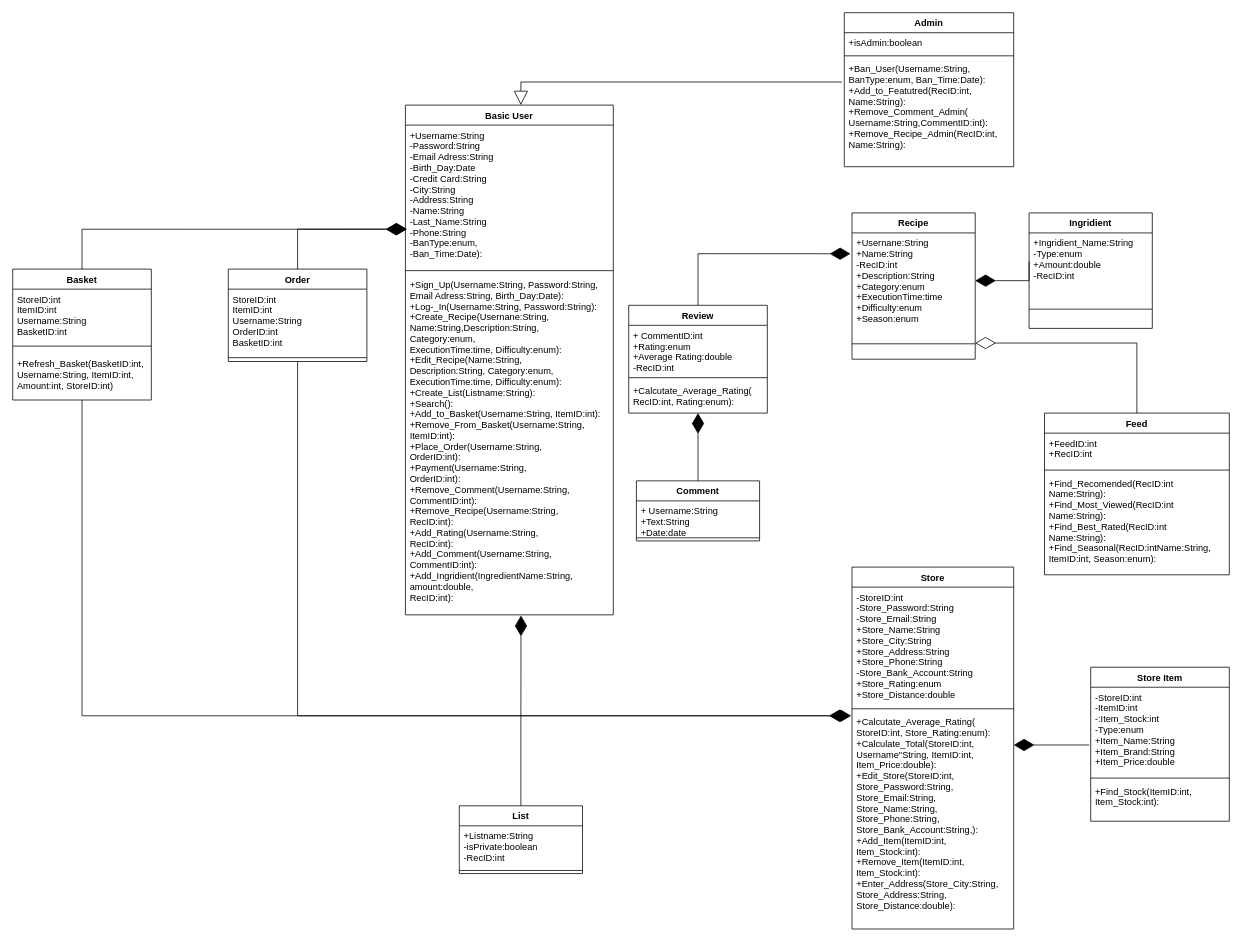
NKapetanidis/TexnologiaLogismikou keeps this draw.io diagram as Αναφορές/4o Παραδοτέο TΛ/Domain-model-v0.3.drawio. Above is the earlier version. Source tidied: cells renumbered, new cells numbered last; positions are measured from the earlier drawing's top-left corner, leaving out a move shared by most shapes. Both pictures are drawn from the tidied source at 77%, with x=0, y=0 at pixel (12, 12).
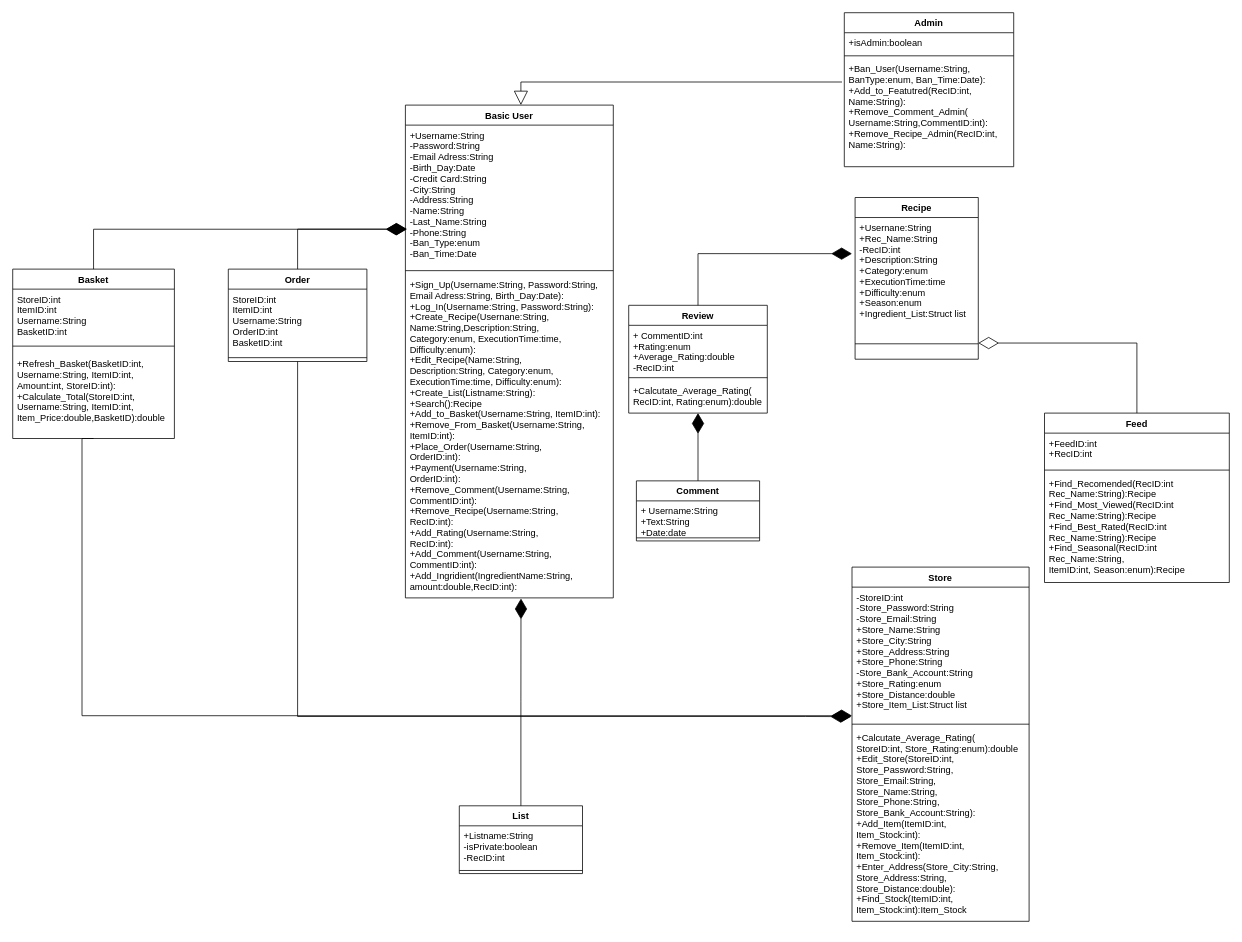
The same page after the edit.

Commit message:
finished model

Unchanged cells that the change refers to:
```xml
<mxCell id="22" value="Review" style="swimlane;fontStyle=1;align=center;verticalAlign=top;horizontal=1;startSize=26;" parent="1" vertex="1">
  <mxGeometry x="800" y="380" width="180" height="140" as="geometry" />
</mxCell>
<mxCell id="45" value="Order" style="swimlane;fontStyle=1;align=center;verticalAlign=top;horizontal=1;startSize=26;" parent="1" vertex="1">
  <mxGeometry x="280" y="333" width="180" height="120" as="geometry" />
</mxCell>
```

What changed in the source:
```diff
@@
     <mxCell id="2" value="Basic User" style="swimlane;fontStyle=1;align=center;verticalAlign=top;horizontal=1;startSize=26;" parent="1" vertex="1">
-      <mxGeometry x="510" y="120" width="270" height="662" as="geometry" />
+      <mxGeometry x="510" y="120" width="270" height="640" as="geometry" />
     </mxCell>
-    <mxCell id="3" value="+Username:String &#10;-Password:String&#10;-Email Adress:String&#10;-Birth_Day:Date&#10;-Credit Card:String&#10;-City:String&#10;-Address:String&#10;-Name:String&#10;-Last_Name:String&#10;-Phone:String&#10;-BanType:enum, &#10;-Ban_Time:Date):" style="text;strokeColor=none;fillColor=none;align=left;verticalAlign=top;spacingLeft=4;spacingRight=4;overflow=hidden;points=[[0,0.5],[1,0.5]];portConstraint=eastwest;" parent="2" vertex="1">
+    <mxCell id="3" value="+Username:String &#10;-Password:String&#10;-Email Adress:String&#10;-Birth_Day:Date&#10;-Credit Card:String&#10;-City:String&#10;-Address:String&#10;-Name:String&#10;-Last_Name:String&#10;-Phone:String&#10;-Ban_Type:enum&#10;-Ban_Time:Date" style="text;strokeColor=none;fillColor=none;align=left;verticalAlign=top;spacingLeft=4;spacingRight=4;overflow=hidden;points=[[0,0.5],[1,0.5]];portConstraint=eastwest;" parent="2" vertex="1">
       <mxGeometry y="26" width="270" height="184" as="geometry" />
     </mxCell>
@@
-    <mxCell id="5" value="+Sign_Up(Username:String, Password:String, &#10;Email Adress:String, Birth_Day:Date):&#10;+Log-_In(Username:String, Password:String):&#10;+Create_Recipe(Usernane:String,&#10;Name:String,Description:String,&#10;Category:enum,&#10;ExecutionTime:time, Difficulty:enum): &#10;+Edit_Recipe(Name:String,&#10;Description:String, Category:enum,&#10;ExecutionTime:time, Difficulty:enum):&#10;+Create_List(Listname:String):&#10;+Search():&#10;+Add_to_Basket(Username:String, ItemID:int):&#10;+Remove_From_Basket(Username:String,&#10;ItemID:int):&#10;+Place_Order(Username:String,&#10;OrderID:int):&#10;+Payment(Username:String,&#10;OrderID:int):&#10;+Remove_Comment(Username:String,&#10;CommentID:int):&#10;+Remove_Recipe(Username:String,&#10;RecID:int):&#10;+Add_Rating(Username:String,&#10;RecID:int):&#10;+Add_Comment(Username:String,&#10;CommentID:int):&#10;+Add_Ingridient(IngredientName:String, &#10;amount:double,&#10;RecID:int):" style="text;strokeColor=none;fillColor=none;align=left;verticalAlign=top;spacingLeft=4;spacingRight=4;overflow=hidden;points=[[0,0.5],[1,0.5]];portConstraint=eastwest;" parent="2" vertex="1">
-      <mxGeometry y="220" width="270" height="442" as="geometry" />
+    <mxCell id="5" value="+Sign_Up(Username:String, Password:String, &#10;Email Adress:String, Birth_Day:Date):&#10;+Log_In(Username:String, Password:String):&#10;+Create_Recipe(Usernane:String,&#10;Name:String,Description:String,&#10;Category:enum, ExecutionTime:time,&#10;Difficulty:enum): &#10;+Edit_Recipe(Name:String,&#10;Description:String, Category:enum,&#10;ExecutionTime:time, Difficulty:enum):&#10;+Create_List(Listname:String):&#10;+Search():Recipe&#10;+Add_to_Basket(Username:String, ItemID:int):&#10;+Remove_From_Basket(Username:String,&#10;ItemID:int):&#10;+Place_Order(Username:String,&#10;OrderID:int):&#10;+Payment(Username:String,&#10;OrderID:int):&#10;+Remove_Comment(Username:String,&#10;CommentID:int):&#10;+Remove_Recipe(Username:String,&#10;RecID:int):&#10;+Add_Rating(Username:String,&#10;RecID:int):&#10;+Add_Comment(Username:String,&#10;CommentID:int):&#10;+Add_Ingridient(IngredientName:String, &#10;amount:double,RecID:int):" style="text;strokeColor=none;fillColor=none;align=left;verticalAlign=top;spacingLeft=4;spacingRight=4;overflow=hidden;points=[[0,0.5],[1,0.5]];portConstraint=eastwest;" parent="2" vertex="1">
+      <mxGeometry y="220" width="270" height="420" as="geometry" />
     </mxCell>
@@
     <mxCell id="11" value="Recipe" style="swimlane;fontStyle=1;align=center;verticalAlign=top;horizontal=1;startSize=26;" parent="1" vertex="1">
-      <mxGeometry x="1090" y="260" width="160" height="190" as="geometry" />
+      <mxGeometry x="1094" y="240" width="160" height="210" as="geometry" />
     </mxCell>
-    <mxCell id="12" value="+Usernane:String&#10;+Name:String&#10;-RecID:int&#10;+Description:String&#10;+Category:enum&#10;+ExecutionTime:time&#10;+Difficulty:enum&#10;+Season:enum" style="text;strokeColor=none;fillColor=none;align=left;verticalAlign=top;spacingLeft=4;spacingRight=4;overflow=hidden;points=[[0,0.5],[1,0.5]];portConstraint=eastwest;" parent="11" vertex="1">
-      <mxGeometry y="26" width="160" height="124" as="geometry" />
+    <mxCell id="12" value="+Usernane:String&#10;+Rec_Name:String&#10;-RecID:int&#10;+Description:String&#10;+Category:enum&#10;+ExecutionTime:time&#10;+Difficulty:enum&#10;+Season:enum&#10;+Ingredient_List:Struct list" style="text;strokeColor=none;fillColor=none;align=left;verticalAlign=top;spacingLeft=4;spacingRight=4;overflow=hidden;points=[[0,0.5],[1,0.5]];portConstraint=eastwest;" parent="11" vertex="1">
+      <mxGeometry y="26" width="160" height="144" as="geometry" />
     </mxCell>
     <mxCell id="13" style="line;strokeWidth=1;fillColor=none;align=left;verticalAlign=middle;spacingTop=-1;spacingLeft=3;spacingRight=3;labelPosition=right;points=[];portConstraint=eastwest;" parent="11" vertex="1">
-      <mxGeometry y="150" width="160" height="40" as="geometry" />
+      <mxGeometry y="170" width="160" height="40" as="geometry" />
     </mxCell>
-    <mxCell id="14" value="Ingridient" style="swimlane;fontStyle=1;align=center;verticalAlign=top;horizontal=1;startSize=26;" parent="1" vertex="1">
-      <mxGeometry x="1320" y="260" width="160" height="150" as="geometry" />
-    </mxCell>
-    <mxCell id="15" value="+Ingridient_Name:String&#10;-Type:enum&#10;+Amount:double&#10;-RecID:int&#10;&#10;" style="text;strokeColor=none;fillColor=none;align=left;verticalAlign=top;spacingLeft=4;spacingRight=4;overflow=hidden;points=[[0,0.5],[1,0.5]];portConstraint=eastwest;" parent="14" vertex="1">
-      <mxGeometry y="26" width="160" height="74" as="geometry" />
-    </mxCell>
-    <mxCell id="16" style="line;strokeWidth=1;fillColor=none;align=left;verticalAlign=middle;spacingTop=-1;spacingLeft=3;spacingRight=3;labelPosition=right;" parent="14" vertex="1">
-      <mxGeometry y="100" width="160" height="50" as="geometry" />
-    </mxCell>
-    <mxCell id="17" style="endArrow=diamondThin;endFill=1;endSize=24;html=1;rounded=0;edgeStyle=orthogonalEdgeStyle;exitX=0;exitY=0.5;exitDx=0;exitDy=0;" parent="1" edge="1" source="15" target="12">
-      <mxGeometry relative="1" as="geometry">
-        <Array as="points">
-          <mxPoint x="1320" y="328" />
-          <mxPoint x="1320" y="320" />
-        </Array>
-      </mxGeometry>
-    </mxCell>
@@
-    <mxCell id="23" value="+ CommentID:int&#10;+Rating:enum&#10;+Average Rating:double&#10;-RecID:int" style="text;strokeColor=none;fillColor=none;align=left;verticalAlign=top;spacingLeft=4;spacingRight=4;overflow=hidden;" parent="22" vertex="1">
+    <mxCell id="23" value="+ CommentID:int&#10;+Rating:enum&#10;+Average_Rating:double&#10;-RecID:int" style="text;strokeColor=none;fillColor=none;align=left;verticalAlign=top;spacingLeft=4;spacingRight=4;overflow=hidden;" parent="22" vertex="1">
       <mxGeometry y="26" width="180" height="64" as="geometry" />
     </mxCell>
@@
-    <mxCell id="25" value="+Calcutate_Average_Rating(&#10;RecID:int, Rating:enum):" style="text;strokeColor=none;fillColor=none;align=left;verticalAlign=top;spacingLeft=4;spacingRight=4;overflow=hidden;points=[[0,0.5],[1,0.5]];portConstraint=eastwest;" parent="22" vertex="1">
+    <mxCell id="25" value="+Calcutate_Average_Rating(&#10;RecID:int, Rating:enum):double" style="text;strokeColor=none;fillColor=none;align=left;verticalAlign=top;spacingLeft=4;spacingRight=4;overflow=hidden;points=[[0,0.5],[1,0.5]];portConstraint=eastwest;" parent="22" vertex="1">
       <mxGeometry y="98" width="180" height="42" as="geometry" />
     </mxCell>
@@
-    <mxCell id="30" style="endArrow=diamondThin;endFill=1;endSize=24;html=1;rounded=0;edgeStyle=orthogonalEdgeStyle;entryX=-0.012;entryY=0.218;entryDx=0;entryDy=0;entryPerimeter=0;exitX=0.5;exitY=0;exitDx=0;exitDy=0;" parent="1" edge="1" source="22" target="12">
+    <mxCell id="30" style="endArrow=diamondThin;endFill=1;endSize=24;html=1;rounded=0;edgeStyle=orthogonalEdgeStyle;exitX=0.5;exitY=0;exitDx=0;exitDy=0;entryX=-0.025;entryY=0.326;entryDx=0;entryDy=0;entryPerimeter=0;" parent="1" edge="1" source="22" target="12">
       <mxGeometry relative="1" as="geometry">
         <Array as="points">
           <mxPoint x="890" y="313" />
         </Array>
       </mxGeometry>
     </mxCell>
     <mxCell id="31" value="Feed" style="swimlane;fontStyle=1;align=center;verticalAlign=top;horizontal=1;startSize=26;" parent="1" vertex="1">
-      <mxGeometry x="1340" y="520" width="240" height="210" as="geometry" />
+      <mxGeometry x="1340" y="520" width="240" height="220" as="geometry" />
     </mxCell>
@@
-    <mxCell id="34" value="+Find_Recomended(RecID:int&#10;Name:String):&#10;+Find_Most_Viewed(RecID:int&#10;Name:String):&#10;+Find_Best_Rated(RecID:int&#10;Name:String):&#10;+Find_Seasonal(RecID:intName:String,&#10;ItemID:int, Season:enum):" style="text;strokeColor=none;fillColor=none;align=left;verticalAlign=top;spacingLeft=4;spacingRight=4;overflow=hidden;" parent="31" vertex="1">
-      <mxGeometry y="78" width="240" height="132" as="geometry" />
+    <mxCell id="34" value="+Find_Recomended(RecID:int&#10;Rec_Name:String):Recipe&#10;+Find_Most_Viewed(RecID:int&#10;Rec_Name:String):Recipe&#10;+Find_Best_Rated(RecID:int&#10;Rec_Name:String):Recipe&#10;+Find_Seasonal(RecID:int&#10;Rec_Name:String,&#10;ItemID:int, Season:enum):Recipe" style="text;strokeColor=none;fillColor=none;align=left;verticalAlign=top;spacingLeft=4;spacingRight=4;overflow=hidden;" parent="31" vertex="1">
+      <mxGeometry y="78" width="240" height="142" as="geometry" />
     </mxCell>
@@
     <mxCell id="36" value="Store" style="swimlane;fontStyle=1;align=center;verticalAlign=top;horizontal=1;startSize=26;" parent="1" vertex="1">
-      <mxGeometry x="1090" y="720" width="210" height="470" as="geometry" />
+      <mxGeometry x="1090" y="720" width="230" height="460" as="geometry" />
     </mxCell>
-    <mxCell id="37" value="-StoreID:int&#10;-Store_Password:String&#10;-Store_Email:String&#10;+Store_Name:String&#10;+Store_City:String&#10;+Store_Address:String&#10;+Store_Phone:String&#10;-Store_Bank_Account:String&#10;+Store_Rating:enum&#10;+Store_Distance:double" style="text;strokeColor=none;fillColor=none;align=left;verticalAlign=top;spacingLeft=4;spacingRight=4;overflow=hidden;points=[[0,0.5],[1,0.5]];portConstraint=eastwest;" parent="36" vertex="1">
-      <mxGeometry y="26" width="210" height="154" as="geometry" />
+    <mxCell id="37" value="-StoreID:int&#10;-Store_Password:String&#10;-Store_Email:String&#10;+Store_Name:String&#10;+Store_City:String&#10;+Store_Address:String&#10;+Store_Phone:String&#10;-Store_Bank_Account:String&#10;+Store_Rating:enum&#10;+Store_Distance:double&#10;+Store_Item_List:Struct list" style="text;strokeColor=none;fillColor=none;align=left;verticalAlign=top;spacingLeft=4;spacingRight=4;overflow=hidden;points=[[0,0.5],[1,0.5]];portConstraint=eastwest;" parent="36" vertex="1">
+      <mxGeometry y="26" width="230" height="174" as="geometry" />
     </mxCell>
     <mxCell id="38" style="line;strokeWidth=1;fillColor=none;align=left;verticalAlign=middle;spacingTop=-1;spacingLeft=3;spacingRight=3;labelPosition=right;" parent="36" vertex="1">
-      <mxGeometry y="180" width="210" height="8" as="geometry" />
+      <mxGeometry y="200" width="230" height="8" as="geometry" />
     </mxCell>
-    <mxCell id="39" value="+Calcutate_Average_Rating(&#10;StoreID:int, Store_Rating:enum):&#10;+Calculate_Total(StoreID:int,&#10;Username&quot;String, ItemID:int,&#10;Item_Price:double):&#10;+Edit_Store(StoreID:int,&#10;Store_Password:String,&#10;Store_Email:String,&#10;Store_Name:String,&#10;Store_Phone:String,&#10;Store_Bank_Account:String,):&#10;+Add_Item(ItemID:int, &#10;Item_Stock:int):&#10;+Remove_Item(ItemID:int, &#10;Item_Stock:int):&#10;+Enter_Address(Store_City:String,&#10;Store_Address:String,&#10;Store_Distance:double):&#10;" style="text;strokeColor=none;fillColor=none;align=left;verticalAlign=top;spacingLeft=4;spacingRight=4;overflow=hidden;points=[[0,0.5],[1,0.5]];portConstraint=eastwest;" parent="36" vertex="1">
-      <mxGeometry y="188" width="210" height="282" as="geometry" />
+    <mxCell id="39" value="+Calcutate_Average_Rating(&#10;StoreID:int, Store_Rating:enum):double&#10;+Edit_Store(StoreID:int,&#10;Store_Password:String,&#10;Store_Email:String,&#10;Store_Name:String,&#10;Store_Phone:String,&#10;Store_Bank_Account:String):&#10;+Add_Item(ItemID:int, &#10;Item_Stock:int):&#10;+Remove_Item(ItemID:int, &#10;Item_Stock:int):&#10;+Enter_Address(Store_City:String,&#10;Store_Address:String,&#10;Store_Distance:double):&#10;+Find_Stock(ItemID:int, &#10;Item_Stock:int):Item_Stock&#10;&#10;" style="text;strokeColor=none;fillColor=none;align=left;verticalAlign=top;spacingLeft=4;spacingRight=4;overflow=hidden;points=[[0,0.5],[1,0.5]];portConstraint=eastwest;" parent="36" vertex="1">
+      <mxGeometry y="208" width="230" height="252" as="geometry" />
     </mxCell>
-    <mxCell id="40" value="Store Item" style="swimlane;fontStyle=1;align=center;verticalAlign=top;horizontal=1;startSize=26;" parent="1" vertex="1">
-      <mxGeometry x="1400" y="850" width="180" height="200" as="geometry" />
-    </mxCell>
-    <mxCell id="41" value="-StoreID:int&#10;-ItemID:int&#10;-:Item_Stock:int&#10;-Type:enum&#10;+Item_Name:String&#10;+Item_Brand:String&#10;+Item_Price:double" style="text;strokeColor=none;fillColor=none;align=left;verticalAlign=top;spacingLeft=4;spacingRight=4;overflow=hidden;points=[[0,0.5],[1,0.5]];portConstraint=eastwest;" parent="40" vertex="1">
-      <mxGeometry y="26" width="180" height="114" as="geometry" />
-    </mxCell>
-    <mxCell id="42" style="line;strokeWidth=1;fillColor=none;align=left;verticalAlign=middle;spacingTop=-1;spacingLeft=3;spacingRight=3;labelPosition=right;" parent="40" vertex="1">
-      <mxGeometry y="140" width="180" height="8" as="geometry" />
-    </mxCell>
-    <mxCell id="43" value="+Find_Stock(ItemID:int,&#10;Item_Stock:int):&#10;" style="text;strokeColor=none;fillColor=none;align=left;verticalAlign=top;spacingLeft=4;spacingRight=4;overflow=hidden;" parent="40" vertex="1">
-      <mxGeometry y="148" width="180" height="52" as="geometry" />
-    </mxCell>
-    <mxCell id="44" style="endArrow=diamondThin;endFill=1;endSize=24;html=1;exitX=-0.011;exitY=0.658;exitDx=0;exitDy=0;exitPerimeter=0;" parent="1" edge="1" source="41">
-      <mxGeometry relative="1" as="geometry">
-        <mxPoint x="1300" y="951" as="targetPoint" />
-        <Array as="points">
-          <mxPoint x="1340" y="951" />
-        </Array>
-      </mxGeometry>
-    </mxCell>
@@
-    <mxCell id="49" style="endArrow=diamondThin;endFill=1;endSize=24;html=1;exitX=0.5;exitY=1;exitDx=0;exitDy=0;edgeStyle=orthogonalEdgeStyle;entryX=-0.005;entryY=0.018;entryDx=0;entryDy=0;entryPerimeter=0;elbow=vertical;rounded=0;" parent="1" edge="1" source="45" target="39">
-      <mxGeometry relative="1" as="geometry" />
+    <mxCell id="49" style="endArrow=diamondThin;endFill=1;endSize=24;html=1;exitX=0.5;exitY=1;exitDx=0;exitDy=0;edgeStyle=orthogonalEdgeStyle;elbow=vertical;rounded=0;entryX=-0.005;entryY=0.967;entryDx=0;entryDy=0;entryPerimeter=0;" parent="1" edge="1" source="45" target="37">
+      <mxGeometry relative="1" as="geometry">
+        <Array as="points">
+          <mxPoint x="370" y="914" />
+          <mxPoint x="1030" y="914" />
+        </Array>
+      </mxGeometry>
     </mxCell>
     <mxCell id="50" value="Basket" style="swimlane;fontStyle=1;align=center;verticalAlign=top;horizontal=1;startSize=26;" parent="1" vertex="1">
-      <mxGeometry y="333" width="180" height="170" as="geometry" />
+      <mxGeometry y="333" width="210" height="220" as="geometry" />
     </mxCell>
     <mxCell id="51" value="StoreID:int&#10;ItemID:int&#10;Username:String&#10;BasketID:int" style="text;strokeColor=none;fillColor=none;align=left;verticalAlign=top;spacingLeft=4;spacingRight=4;overflow=hidden;" parent="50" vertex="1">
-      <mxGeometry y="26" width="180" height="64" as="geometry" />
+      <mxGeometry y="26" width="210" height="64" as="geometry" />
     </mxCell>
     <mxCell id="52" style="line;strokeWidth=1;fillColor=none;align=left;verticalAlign=middle;spacingTop=-1;spacingLeft=3;spacingRight=3;labelPosition=right;" parent="50" vertex="1">
-      <mxGeometry y="90" width="180" height="20" as="geometry" />
+      <mxGeometry y="90" width="210" height="20" as="geometry" />
     </mxCell>
-    <mxCell id="53" value="+Refresh_Basket(BasketID:int,&#10;Username:String, ItemID:int,&#10;Amount:int, StoreID:int)" style="text;strokeColor=none;fillColor=none;align=left;verticalAlign=top;spacingLeft=4;spacingRight=4;overflow=hidden;" parent="50" vertex="1">
-      <mxGeometry y="110" width="180" height="60" as="geometry" />
+    <mxCell id="53" value="+Refresh_Basket(BasketID:int,&#10;Username:String, ItemID:int,&#10;Amount:int, StoreID:int):&#10;+Calculate_Total(StoreID:int,&#10;Username:String, ItemID:int,&#10;Item_Price:double,BasketID):double" style="text;strokeColor=none;fillColor=none;align=left;verticalAlign=top;spacingLeft=4;spacingRight=4;overflow=hidden;" parent="50" vertex="1">
+      <mxGeometry y="110" width="210" height="110" as="geometry" />
     </mxCell>
@@
-    <mxCell id="55" style="endArrow=diamondThin;endFill=1;endSize=24;html=1;exitX=0.5;exitY=1;exitDx=0;exitDy=0;edgeStyle=orthogonalEdgeStyle;entryX=-0.014;entryY=0.018;entryDx=0;entryDy=0;entryPerimeter=0;elbow=vertical;rounded=0;" parent="1" edge="1" source="50" target="39">
+    <mxCell id="55" style="endArrow=diamondThin;endFill=1;endSize=24;html=1;exitX=0.5;exitY=1;exitDx=0;exitDy=0;edgeStyle=orthogonalEdgeStyle;elbow=vertical;rounded=0;" parent="1" edge="1" source="50" target="37">
       <mxGeometry relative="1" as="geometry">
         <Array as="points">
           <mxPoint x="90" y="913" />
         </Array>
       </mxGeometry>
     </mxCell>
```
